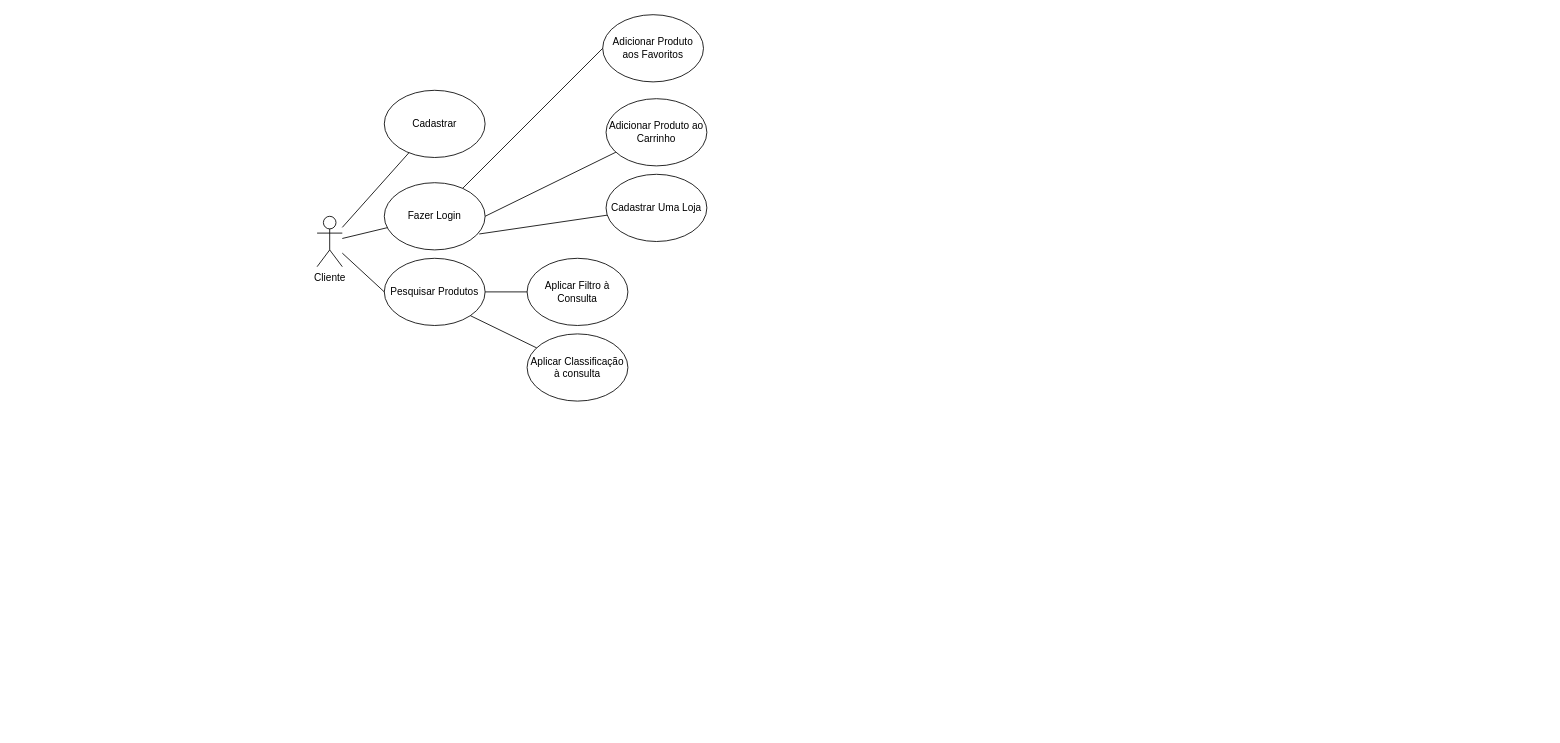
Earlier version of the draw.io diagram Documentação/Casos de Usos Balstore.drawio (Arthur-Snts/Balstore). Source tidied: cells renumbered, new cells numbered last; positions are measured from the earlier drawing's top-left corner, leaving out a move shared by most shapes. Both pictures are drawn from the tidied source at 84%, with x=0, y=0 at pixel (317, 14).
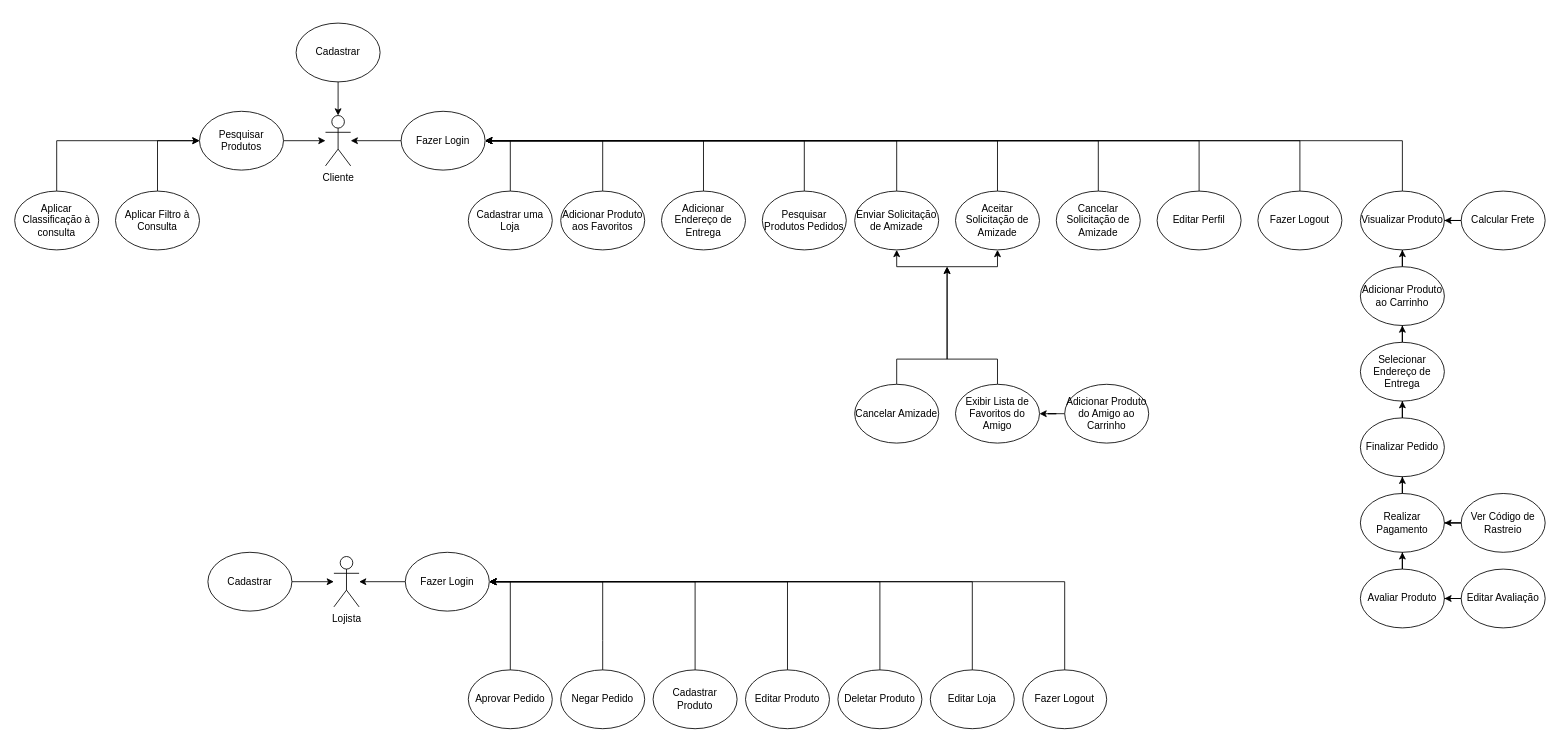
Above is the later version.

Commit message:
Finalização dos casos de usos

The edit, as a diff of the source:
```diff
@@
     <mxCell id="2" value="Cliente" style="shape=umlActor;verticalLabelPosition=bottom;verticalAlign=top;html=1;outlineConnect=0;" parent="1" vertex="1">
-      <mxGeometry y="240" width="30" height="60" as="geometry" />
+      <mxGeometry x="10" y="120" width="30" height="60" as="geometry" />
     </mxCell>
-    <mxCell id="3" value="Cadastrar" style="ellipse;whiteSpace=wrap;html=1;" parent="1" vertex="1">
-      <mxGeometry x="80" y="90" width="120" height="80" as="geometry" />
-    </mxCell>
-    <mxCell id="4" style="endArrow=none;html=1;rounded=0;" parent="1" edge="1" source="2" target="3">
-      <mxGeometry relative="1" as="geometry" />
-    </mxCell>
-    <mxCell id="5" value="Fazer Login" style="ellipse;whiteSpace=wrap;html=1;" parent="1" vertex="1">
-      <mxGeometry x="80" y="200" width="120" height="80" as="geometry" />
-    </mxCell>
-    <mxCell id="6" style="endArrow=none;html=1;rounded=0;" parent="1" edge="1" source="2" target="5">
-      <mxGeometry relative="1" as="geometry" />
-    </mxCell>
+    <mxCell id="19" value="Lojista" style="shape=umlActor;verticalLabelPosition=bottom;verticalAlign=top;html=1;outlineConnect=0;" parent="1" vertex="1">
+      <mxGeometry x="20" y="645" width="30" height="60" as="geometry" />
+    </mxCell>
+    <mxCell id="20" style="edgeStyle=orthogonalEdgeStyle;rounded=0;jettySize=auto;html=1;entryX=1;entryY=0.5;entryDx=0;entryDy=0;" parent="1" edge="1" source="21" target="32">
+      <mxGeometry relative="1" as="geometry">
+        <Array as="points">
+          <mxPoint x="450" y="675" />
+        </Array>
+      </mxGeometry>
+    </mxCell>
+    <mxCell id="21" value="Cadastrar Produto" style="ellipse;whiteSpace=wrap;html=1;" parent="1" vertex="1">
+      <mxGeometry x="400" y="780" width="100" height="70" as="geometry" />
+    </mxCell>
+    <mxCell id="22" style="edgeStyle=orthogonalEdgeStyle;rounded=0;jettySize=auto;html=1;entryX=1;entryY=0.5;entryDx=0;entryDy=0;" parent="1" edge="1" source="23" target="32">
+      <mxGeometry relative="1" as="geometry">
+        <Array as="points">
+          <mxPoint x="560" y="675" />
+        </Array>
+      </mxGeometry>
+    </mxCell>
+    <mxCell id="23" value="Editar Produto" style="ellipse;whiteSpace=wrap;html=1;" parent="1" vertex="1">
+      <mxGeometry x="510" y="780" width="100" height="70" as="geometry" />
+    </mxCell>
+    <mxCell id="24" value="Deletar Produto" style="ellipse;whiteSpace=wrap;html=1;" parent="1" vertex="1">
+      <mxGeometry x="620" y="780" width="100" height="70" as="geometry" />
+    </mxCell>
+    <mxCell id="25" style="edgeStyle=orthogonalEdgeStyle;rounded=0;jettySize=auto;html=1;entryX=1;entryY=0.5;entryDx=0;entryDy=0;exitX=0.5;exitY=0;exitDx=0;exitDy=0;" parent="1" edge="1" source="26" target="32">
+      <mxGeometry relative="1" as="geometry">
+        <Array as="points">
+          <mxPoint x="230" y="675" />
+        </Array>
+      </mxGeometry>
+    </mxCell>
+    <mxCell id="26" value="Aprovar Pedido" style="ellipse;whiteSpace=wrap;html=1;" parent="1" vertex="1">
+      <mxGeometry x="180" y="780" width="100" height="70" as="geometry" />
+    </mxCell>
+    <mxCell id="27" style="edgeStyle=orthogonalEdgeStyle;rounded=0;jettySize=auto;html=1;entryX=1;entryY=0.5;entryDx=0;entryDy=0;" parent="1" edge="1" source="28" target="32">
+      <mxGeometry relative="1" as="geometry">
+        <Array as="points">
+          <mxPoint x="340" y="745" />
+          <mxPoint x="340" y="675" />
+        </Array>
+      </mxGeometry>
+    </mxCell>
+    <mxCell id="28" value="Negar Pedido" style="ellipse;whiteSpace=wrap;html=1;" parent="1" vertex="1">
+      <mxGeometry x="290" y="780" width="100" height="70" as="geometry" />
+    </mxCell>
+    <mxCell id="29" style="edgeStyle=orthogonalEdgeStyle;rounded=0;jettySize=auto;html=1;" parent="1" edge="1" source="30" target="19">
+      <mxGeometry relative="1" as="geometry" />
+    </mxCell>
+    <mxCell id="30" value="Cadastrar" style="ellipse;whiteSpace=wrap;html=1;" parent="1" vertex="1">
+      <mxGeometry x="-130" y="640" width="100" height="70" as="geometry" />
+    </mxCell>
+    <mxCell id="31" style="edgeStyle=orthogonalEdgeStyle;rounded=0;jettySize=auto;html=1;" parent="1" edge="1" source="32" target="19">
+      <mxGeometry relative="1" as="geometry" />
+    </mxCell>
+    <mxCell id="32" value="Fazer Login" style="ellipse;whiteSpace=wrap;html=1;" parent="1" vertex="1">
+      <mxGeometry x="105" y="640" width="100" height="70" as="geometry" />
+    </mxCell>
+    <mxCell id="33" value="Cadastrar" style="ellipse;whiteSpace=wrap;html=1;" parent="1" vertex="1">
+      <mxGeometry x="-25" y="10" width="100" height="70" as="geometry" />
+    </mxCell>
+    <mxCell id="34" style="edgeStyle=orthogonalEdgeStyle;rounded=0;jettySize=auto;html=1;" parent="1" edge="1" source="35" target="2">
+      <mxGeometry relative="1" as="geometry" />
+    </mxCell>
+    <mxCell id="35" value="Fazer Login" style="ellipse;whiteSpace=wrap;html=1;" parent="1" vertex="1">
+      <mxGeometry x="100" y="115" width="100" height="70" as="geometry" />
+    </mxCell>
+    <mxCell id="36" style="edgeStyle=orthogonalEdgeStyle;rounded=0;jettySize=auto;html=1;" parent="1" edge="1" source="7" target="2">
+      <mxGeometry relative="1" as="geometry" />
+    </mxCell>
     <mxCell id="7" value="Pesquisar Produtos" style="ellipse;whiteSpace=wrap;html=1;" parent="1" vertex="1">
-      <mxGeometry x="80" y="290" width="120" height="80" as="geometry" />
+      <mxGeometry x="-140" y="115" width="100" height="70" as="geometry" />
     </mxCell>
-    <mxCell id="8" style="endArrow=none;html=1;rounded=0;entryX=0;entryY=0.5;entryDx=0;entryDy=0;" parent="1" edge="1" source="2" target="7">
-      <mxGeometry relative="1" as="geometry" />
-    </mxCell>
+    <mxCell id="37" style="edgeStyle=orthogonalEdgeStyle;rounded=0;jettySize=auto;html=1;entryX=0;entryY=0.5;entryDx=0;entryDy=0;" parent="1" edge="1" source="15" target="7">
+      <mxGeometry relative="1" as="geometry" />
+    </mxCell>
+    <mxCell id="15" value="Aplicar Filtro à Consulta" style="ellipse;whiteSpace=wrap;html=1;" parent="1" vertex="1">
+      <mxGeometry x="-240" y="210" width="100" height="70" as="geometry" />
+    </mxCell>
+    <mxCell id="38" style="edgeStyle=orthogonalEdgeStyle;rounded=0;jettySize=auto;html=1;entryX=0;entryY=0.5;entryDx=0;entryDy=0;" parent="1" edge="1" source="17" target="7">
+      <mxGeometry relative="1" as="geometry">
+        <Array as="points">
+          <mxPoint x="-310" y="150" />
+        </Array>
+      </mxGeometry>
+    </mxCell>
+    <mxCell id="17" value="Aplicar Classificação à consulta" style="ellipse;whiteSpace=wrap;html=1;" parent="1" vertex="1">
+      <mxGeometry x="-360" y="210" width="100" height="70" as="geometry" />
+    </mxCell>
+    <mxCell id="39" style="edgeStyle=orthogonalEdgeStyle;rounded=0;jettySize=auto;html=1;entryX=1;entryY=0.5;entryDx=0;entryDy=0;" parent="1" edge="1" source="40" target="35">
+      <mxGeometry relative="1" as="geometry" />
+    </mxCell>
+    <mxCell id="40" value="Cadastrar uma Loja" style="ellipse;whiteSpace=wrap;html=1;" parent="1" vertex="1">
+      <mxGeometry x="180" y="210" width="100" height="70" as="geometry" />
+    </mxCell>
+    <mxCell id="41" style="edgeStyle=orthogonalEdgeStyle;rounded=0;jettySize=auto;html=1;exitX=0.5;exitY=0;exitDx=0;exitDy=0;" parent="1" edge="1" source="11" target="84">
+      <mxGeometry relative="1" as="geometry" />
+    </mxCell>
+    <mxCell id="11" value="Adicionar Produto ao Carrinho" style="ellipse;whiteSpace=wrap;html=1;" parent="1" vertex="1">
+      <mxGeometry x="1242" y="300" width="100" height="70" as="geometry" />
+    </mxCell>
+    <mxCell id="42" style="edgeStyle=orthogonalEdgeStyle;rounded=0;jettySize=auto;html=1;entryX=0.5;entryY=1;entryDx=0;entryDy=0;" parent="1" edge="1" source="43" target="52">
+      <mxGeometry relative="1" as="geometry" />
+    </mxCell>
+    <mxCell id="43" value="Finalizar Pedido" style="ellipse;whiteSpace=wrap;html=1;" parent="1" vertex="1">
+      <mxGeometry x="1242" y="480" width="100" height="70" as="geometry" />
+    </mxCell>
+    <mxCell id="44" style="edgeStyle=orthogonalEdgeStyle;rounded=0;jettySize=auto;html=1;entryX=1;entryY=0.5;entryDx=0;entryDy=0;" parent="1" edge="1" source="9" target="35">
+      <mxGeometry relative="1" as="geometry">
+        <Array as="points">
+          <mxPoint x="340" y="150" />
+        </Array>
+      </mxGeometry>
+    </mxCell>
     <mxCell id="9" value="Adicionar Produto aos Favoritos" style="ellipse;whiteSpace=wrap;html=1;" parent="1" vertex="1">
-      <mxGeometry x="340" width="120" height="80" as="geometry" />
+      <mxGeometry x="290" y="210" width="100" height="70" as="geometry" />
     </mxCell>
-    <mxCell id="10" style="endArrow=none;html=1;rounded=0;entryX=0;entryY=0.5;entryDx=0;entryDy=0;" parent="1" edge="1" source="5" target="9">
-      <mxGeometry relative="1" as="geometry" />
-    </mxCell>
-    <mxCell id="11" value="Adicionar Produto ao Carrinho" style="ellipse;whiteSpace=wrap;html=1;" parent="1" vertex="1">
-      <mxGeometry x="344" y="100" width="120" height="80" as="geometry" />
-    </mxCell>
-    <mxCell id="12" style="endArrow=none;html=1;rounded=0;exitX=1;exitY=0.5;exitDx=0;exitDy=0;" parent="1" edge="1" source="5" target="11">
-      <mxGeometry relative="1" as="geometry" />
-    </mxCell>
-    <mxCell id="13" value="Cadastrar Uma Loja" style="ellipse;whiteSpace=wrap;html=1;" parent="1" vertex="1">
-      <mxGeometry x="344" y="190" width="120" height="80" as="geometry" />
-    </mxCell>
-    <mxCell id="14" style="endArrow=none;html=1;rounded=0;exitX=0.942;exitY=0.763;exitDx=0;exitDy=0;exitPerimeter=0;" parent="1" edge="1" source="5" target="13">
-      <mxGeometry relative="1" as="geometry" />
-    </mxCell>
-    <mxCell id="15" value="Aplicar Filtro à Consulta" style="ellipse;whiteSpace=wrap;html=1;" parent="1" vertex="1">
-      <mxGeometry x="250" y="290" width="120" height="80" as="geometry" />
-    </mxCell>
-    <mxCell id="16" style="endArrow=none;html=1;rounded=0;exitX=1;exitY=0.5;exitDx=0;exitDy=0;" parent="1" edge="1" source="7" target="15">
-      <mxGeometry relative="1" as="geometry" />
-    </mxCell>
-    <mxCell id="17" value="Aplicar Classificação à consulta" style="ellipse;whiteSpace=wrap;html=1;" parent="1" vertex="1">
-      <mxGeometry x="250" y="380" width="120" height="80" as="geometry" />
-    </mxCell>
-    <mxCell id="18" style="endArrow=none;html=1;rounded=0;exitX=1;exitY=1;exitDx=0;exitDy=0;" parent="1" edge="1" source="7" target="17">
-      <mxGeometry relative="1" as="geometry" />
-    </mxCell>
+    <mxCell id="45" style="edgeStyle=orthogonalEdgeStyle;rounded=0;jettySize=auto;html=1;entryX=1;entryY=0.5;entryDx=0;entryDy=0;" parent="1" edge="1" source="46" target="32">
+      <mxGeometry relative="1" as="geometry">
+        <Array as="points">
+          <mxPoint x="780" y="675" />
+        </Array>
+      </mxGeometry>
+    </mxCell>
+    <mxCell id="46" value="Editar Loja" style="ellipse;whiteSpace=wrap;html=1;" parent="1" vertex="1">
+      <mxGeometry x="730" y="780" width="100" height="70" as="geometry" />
+    </mxCell>
+    <mxCell id="47" style="edgeStyle=orthogonalEdgeStyle;rounded=0;jettySize=auto;html=1;entryX=1;entryY=0.5;entryDx=0;entryDy=0;" parent="1" edge="1" source="48" target="32">
+      <mxGeometry relative="1" as="geometry">
+        <Array as="points">
+          <mxPoint x="890" y="675" />
+        </Array>
+      </mxGeometry>
+    </mxCell>
+    <mxCell id="48" value="Fazer Logout" style="ellipse;whiteSpace=wrap;html=1;" parent="1" vertex="1">
+      <mxGeometry x="840" y="780" width="100" height="70" as="geometry" />
+    </mxCell>
+    <mxCell id="49" style="edgeStyle=orthogonalEdgeStyle;rounded=0;jettySize=auto;html=1;entryX=1;entryY=0.5;entryDx=0;entryDy=0;exitX=0.5;exitY=0;exitDx=0;exitDy=0;" parent="1" edge="1" source="24">
+      <mxGeometry relative="1" as="geometry">
+        <mxPoint x="205" y="675" as="targetPoint" />
+        <Array as="points">
+          <mxPoint x="670" y="675" />
+        </Array>
+      </mxGeometry>
+    </mxCell>
+    <mxCell id="50" style="edgeStyle=orthogonalEdgeStyle;rounded=0;jettySize=auto;html=1;entryX=0.5;entryY=0;entryDx=0;entryDy=0;entryPerimeter=0;" parent="1" edge="1" source="33" target="2">
+      <mxGeometry relative="1" as="geometry" />
+    </mxCell>
+    <mxCell id="51" style="edgeStyle=orthogonalEdgeStyle;rounded=0;jettySize=auto;html=1;entryX=0.5;entryY=1;entryDx=0;entryDy=0;" parent="1" edge="1" source="52" target="11">
+      <mxGeometry relative="1" as="geometry" />
+    </mxCell>
+    <mxCell id="52" value="Selecionar Endereço de Entrega" style="ellipse;whiteSpace=wrap;html=1;" parent="1" vertex="1">
+      <mxGeometry x="1242" y="390" width="100" height="70" as="geometry" />
+    </mxCell>
+    <mxCell id="53" style="edgeStyle=orthogonalEdgeStyle;rounded=0;jettySize=auto;html=1;entryX=1;entryY=0.5;entryDx=0;entryDy=0;" parent="1" edge="1" source="54" target="35">
+      <mxGeometry relative="1" as="geometry">
+        <Array as="points">
+          <mxPoint x="460" y="150" />
+        </Array>
+      </mxGeometry>
+    </mxCell>
+    <mxCell id="54" value="Adicionar Endereço de Entrega" style="ellipse;whiteSpace=wrap;html=1;" parent="1" vertex="1">
+      <mxGeometry x="410" y="210" width="100" height="70" as="geometry" />
+    </mxCell>
+    <mxCell id="55" style="edgeStyle=orthogonalEdgeStyle;rounded=0;jettySize=auto;html=1;" parent="1" edge="1" source="56" target="43">
+      <mxGeometry relative="1" as="geometry" />
+    </mxCell>
+    <mxCell id="56" value="Realizar Pagamento" style="ellipse;whiteSpace=wrap;html=1;" parent="1" vertex="1">
+      <mxGeometry x="1242" y="570" width="100" height="70" as="geometry" />
+    </mxCell>
+    <mxCell id="57" style="edgeStyle=orthogonalEdgeStyle;rounded=0;jettySize=auto;html=1;entryX=0.5;entryY=1;entryDx=0;entryDy=0;" parent="1" edge="1" source="58" target="56">
+      <mxGeometry relative="1" as="geometry" />
+    </mxCell>
+    <mxCell id="58" value="Avaliar Produto" style="ellipse;whiteSpace=wrap;html=1;" parent="1" vertex="1">
+      <mxGeometry x="1242" y="660" width="100" height="70" as="geometry" />
+    </mxCell>
+    <mxCell id="59" style="edgeStyle=orthogonalEdgeStyle;rounded=0;jettySize=auto;html=1;entryX=1;entryY=0.5;entryDx=0;entryDy=0;" parent="1" edge="1" source="60" target="58">
+      <mxGeometry relative="1" as="geometry" />
+    </mxCell>
+    <mxCell id="60" value="Editar Avaliação" style="ellipse;whiteSpace=wrap;html=1;" parent="1" vertex="1">
+      <mxGeometry x="1362" y="660" width="100" height="70" as="geometry" />
+    </mxCell>
+    <mxCell id="61" style="edgeStyle=orthogonalEdgeStyle;rounded=0;jettySize=auto;html=1;" parent="1" edge="1" source="62" target="56">
+      <mxGeometry relative="1" as="geometry" />
+    </mxCell>
+    <mxCell id="62" value="Ver Código de Rastreio" style="ellipse;whiteSpace=wrap;html=1;" parent="1" vertex="1">
+      <mxGeometry x="1362" y="570" width="100" height="70" as="geometry" />
+    </mxCell>
+    <mxCell id="63" style="edgeStyle=orthogonalEdgeStyle;rounded=0;jettySize=auto;html=1;entryX=1;entryY=0.5;entryDx=0;entryDy=0;" parent="1" edge="1" source="64" target="35">
+      <mxGeometry relative="1" as="geometry">
+        <Array as="points">
+          <mxPoint x="580" y="150" />
+        </Array>
+      </mxGeometry>
+    </mxCell>
+    <mxCell id="64" value="Pesquisar Produtos Pedidos" style="ellipse;whiteSpace=wrap;html=1;" parent="1" vertex="1">
+      <mxGeometry x="530" y="210" width="100" height="70" as="geometry" />
+    </mxCell>
+    <mxCell id="65" style="edgeStyle=orthogonalEdgeStyle;rounded=0;jettySize=auto;html=1;entryX=1;entryY=0.5;entryDx=0;entryDy=0;" parent="1" edge="1" source="66" target="35">
+      <mxGeometry relative="1" as="geometry">
+        <Array as="points">
+          <mxPoint x="690" y="150" />
+        </Array>
+      </mxGeometry>
+    </mxCell>
+    <mxCell id="66" value="Enviar Solicitação de Amizade" style="ellipse;whiteSpace=wrap;html=1;" parent="1" vertex="1">
+      <mxGeometry x="640" y="210" width="100" height="70" as="geometry" />
+    </mxCell>
+    <mxCell id="67" style="edgeStyle=orthogonalEdgeStyle;rounded=0;jettySize=auto;html=1;entryX=1;entryY=0.5;entryDx=0;entryDy=0;" parent="1" edge="1" source="68" target="35">
+      <mxGeometry relative="1" as="geometry">
+        <Array as="points">
+          <mxPoint x="810" y="150" />
+        </Array>
+      </mxGeometry>
+    </mxCell>
+    <mxCell id="68" value="Aceitar Solicitação de Amizade" style="ellipse;whiteSpace=wrap;html=1;" parent="1" vertex="1">
+      <mxGeometry x="760" y="210" width="100" height="70" as="geometry" />
+    </mxCell>
+    <mxCell id="69" style="edgeStyle=orthogonalEdgeStyle;rounded=0;jettySize=auto;html=1;entryX=0.5;entryY=1;entryDx=0;entryDy=0;" parent="1" edge="1" target="66">
+      <mxGeometry relative="1" as="geometry">
+        <mxPoint x="690" y="300" as="sourcePoint" />
+      </mxGeometry>
+    </mxCell>
+    <mxCell id="70" style="edgeStyle=orthogonalEdgeStyle;rounded=0;jettySize=auto;html=1;" parent="1" edge="1" target="68">
+      <mxGeometry relative="1" as="geometry">
+        <mxPoint x="690" y="300" as="sourcePoint" />
+        <Array as="points">
+          <mxPoint x="690" y="300" />
+          <mxPoint x="810" y="300" />
+        </Array>
+      </mxGeometry>
+    </mxCell>
+    <mxCell id="71" style="edgeStyle=orthogonalEdgeStyle;rounded=0;jettySize=auto;html=1;" parent="1" edge="1" source="72">
+      <mxGeometry relative="1" as="geometry">
+        <mxPoint x="750" y="300" as="targetPoint" />
+        <Array as="points">
+          <mxPoint x="690" y="410" />
+          <mxPoint x="750" y="410" />
+        </Array>
+      </mxGeometry>
+    </mxCell>
+    <mxCell id="72" value="Cancelar Amizade" style="ellipse;whiteSpace=wrap;html=1;" parent="1" vertex="1">
+      <mxGeometry x="640" y="440" width="100" height="70" as="geometry" />
+    </mxCell>
+    <mxCell id="73" style="edgeStyle=orthogonalEdgeStyle;rounded=0;jettySize=auto;html=1;entryX=1;entryY=0.5;entryDx=0;entryDy=0;" parent="1" edge="1" source="74" target="35">
+      <mxGeometry relative="1" as="geometry">
+        <Array as="points">
+          <mxPoint x="930" y="150" />
+        </Array>
+      </mxGeometry>
+    </mxCell>
+    <mxCell id="74" value="Cancelar Solicitação de Amizade" style="ellipse;whiteSpace=wrap;html=1;" parent="1" vertex="1">
+      <mxGeometry x="880" y="210" width="100" height="70" as="geometry" />
+    </mxCell>
+    <mxCell id="75" style="edgeStyle=orthogonalEdgeStyle;rounded=0;jettySize=auto;html=1;entryX=1;entryY=0.5;entryDx=0;entryDy=0;exitX=0.5;exitY=0;exitDx=0;exitDy=0;" parent="1" edge="1" source="76" target="35">
+      <mxGeometry relative="1" as="geometry">
+        <Array as="points">
+          <mxPoint x="1050" y="150" />
+        </Array>
+      </mxGeometry>
+    </mxCell>
+    <mxCell id="76" value="Editar Perfil" style="ellipse;whiteSpace=wrap;html=1;" parent="1" vertex="1">
+      <mxGeometry x="1000" y="210" width="100" height="70" as="geometry" />
+    </mxCell>
+    <mxCell id="77" style="edgeStyle=orthogonalEdgeStyle;rounded=0;jettySize=auto;html=1;" parent="1" edge="1" source="78">
+      <mxGeometry relative="1" as="geometry">
+        <mxPoint x="750" y="300" as="targetPoint" />
+        <Array as="points">
+          <mxPoint x="810" y="410" />
+          <mxPoint x="750" y="410" />
+        </Array>
+      </mxGeometry>
+    </mxCell>
+    <mxCell id="78" value="Exibir Lista de Favoritos do Amigo" style="ellipse;whiteSpace=wrap;html=1;" parent="1" vertex="1">
+      <mxGeometry x="760" y="440" width="100" height="70" as="geometry" />
+    </mxCell>
+    <mxCell id="79" style="edgeStyle=orthogonalEdgeStyle;rounded=0;jettySize=auto;html=1;entryX=1;entryY=0.5;entryDx=0;entryDy=0;" parent="1" edge="1" source="80" target="78">
+      <mxGeometry relative="1" as="geometry" />
+    </mxCell>
+    <mxCell id="80" value="Adicionar Produto do Amigo ao Carrinho" style="ellipse;whiteSpace=wrap;html=1;" parent="1" vertex="1">
+      <mxGeometry x="890" y="440" width="100" height="70" as="geometry" />
+    </mxCell>
+    <mxCell id="81" style="edgeStyle=orthogonalEdgeStyle;rounded=0;jettySize=auto;html=1;entryX=1;entryY=0.5;entryDx=0;entryDy=0;" parent="1" edge="1" source="82" target="35">
+      <mxGeometry relative="1" as="geometry">
+        <Array as="points">
+          <mxPoint x="1170" y="150" />
+        </Array>
+      </mxGeometry>
+    </mxCell>
+    <mxCell id="82" value="Fazer Logout" style="ellipse;whiteSpace=wrap;html=1;" parent="1" vertex="1">
+      <mxGeometry x="1120" y="210" width="100" height="70" as="geometry" />
+    </mxCell>
+    <mxCell id="83" style="edgeStyle=orthogonalEdgeStyle;rounded=0;jettySize=auto;html=1;entryX=1;entryY=0.5;entryDx=0;entryDy=0;" parent="1" edge="1" source="84" target="35">
+      <mxGeometry relative="1" as="geometry">
+        <Array as="points">
+          <mxPoint x="1292" y="150" />
+        </Array>
+      </mxGeometry>
+    </mxCell>
+    <mxCell id="84" value="Visualizar Produto" style="ellipse;whiteSpace=wrap;html=1;" parent="1" vertex="1">
+      <mxGeometry x="1242" y="210" width="100" height="70" as="geometry" />
+    </mxCell>
+    <mxCell id="85" style="edgeStyle=orthogonalEdgeStyle;rounded=0;jettySize=auto;html=1;entryX=1;entryY=0.5;entryDx=0;entryDy=0;" parent="1" edge="1" source="86" target="84">
+      <mxGeometry relative="1" as="geometry" />
+    </mxCell>
+    <mxCell id="86" value="Calcular Frete" style="ellipse;whiteSpace=wrap;html=1;" parent="1" vertex="1">
+      <mxGeometry x="1362" y="210" width="100" height="70" as="geometry" />
+    </mxCell>
```
